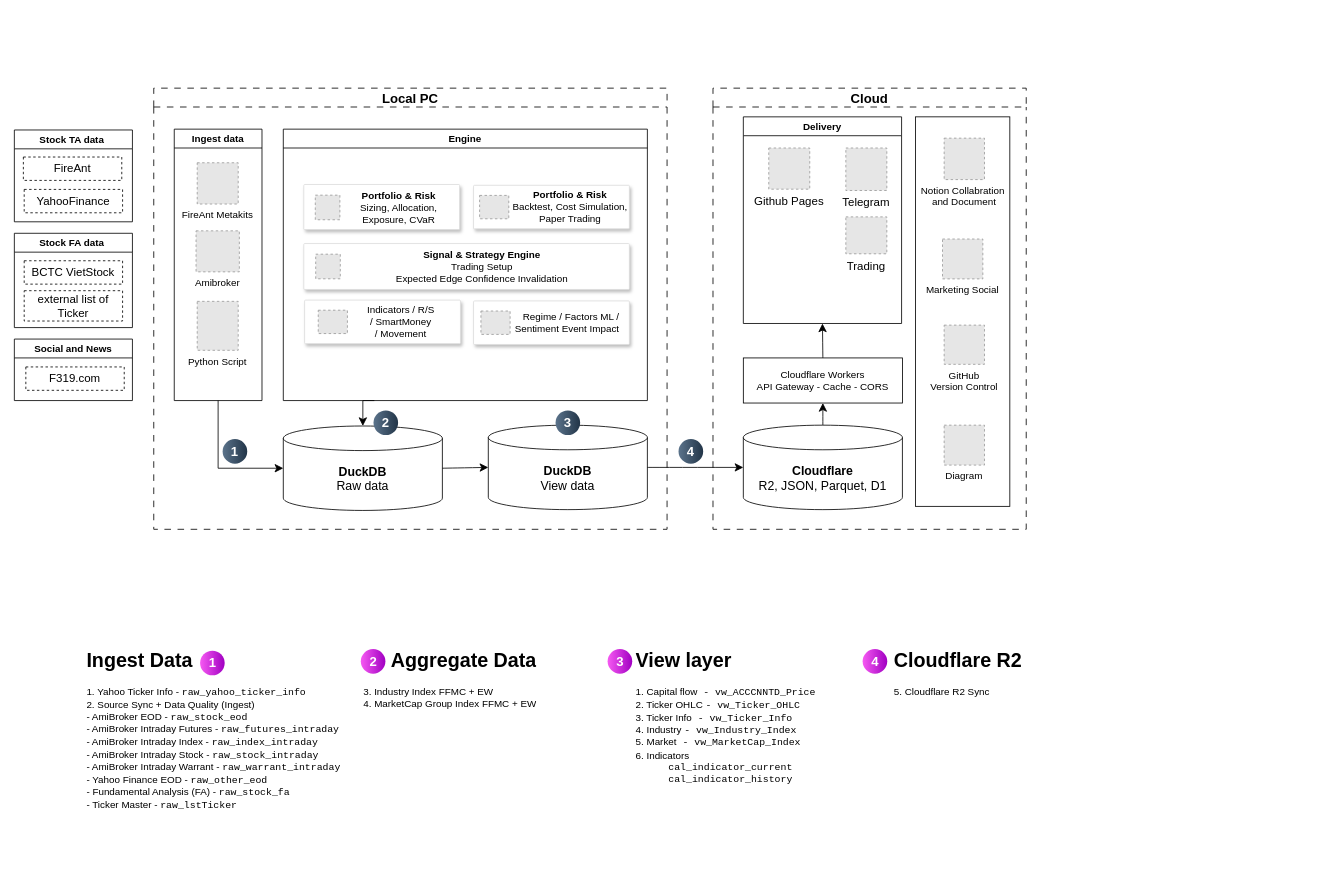
Earlier version of the draw.io diagram page "Logical Arch" (1 of 3) of docs/architecture/CherryMon Arch.drawio (haithanh8x/CherryStock). Source tidied: cells renumbered, new cells numbered last; positions are measured from the earlier drawing's top-left corner, leaving out a move shared by most shapes. Both pictures are drawn from the tidied source at 82%, with x=0, y=0 at pixel (14, 88). Pictures stored in the file or linked from it are replaced by grey dashed boxes.
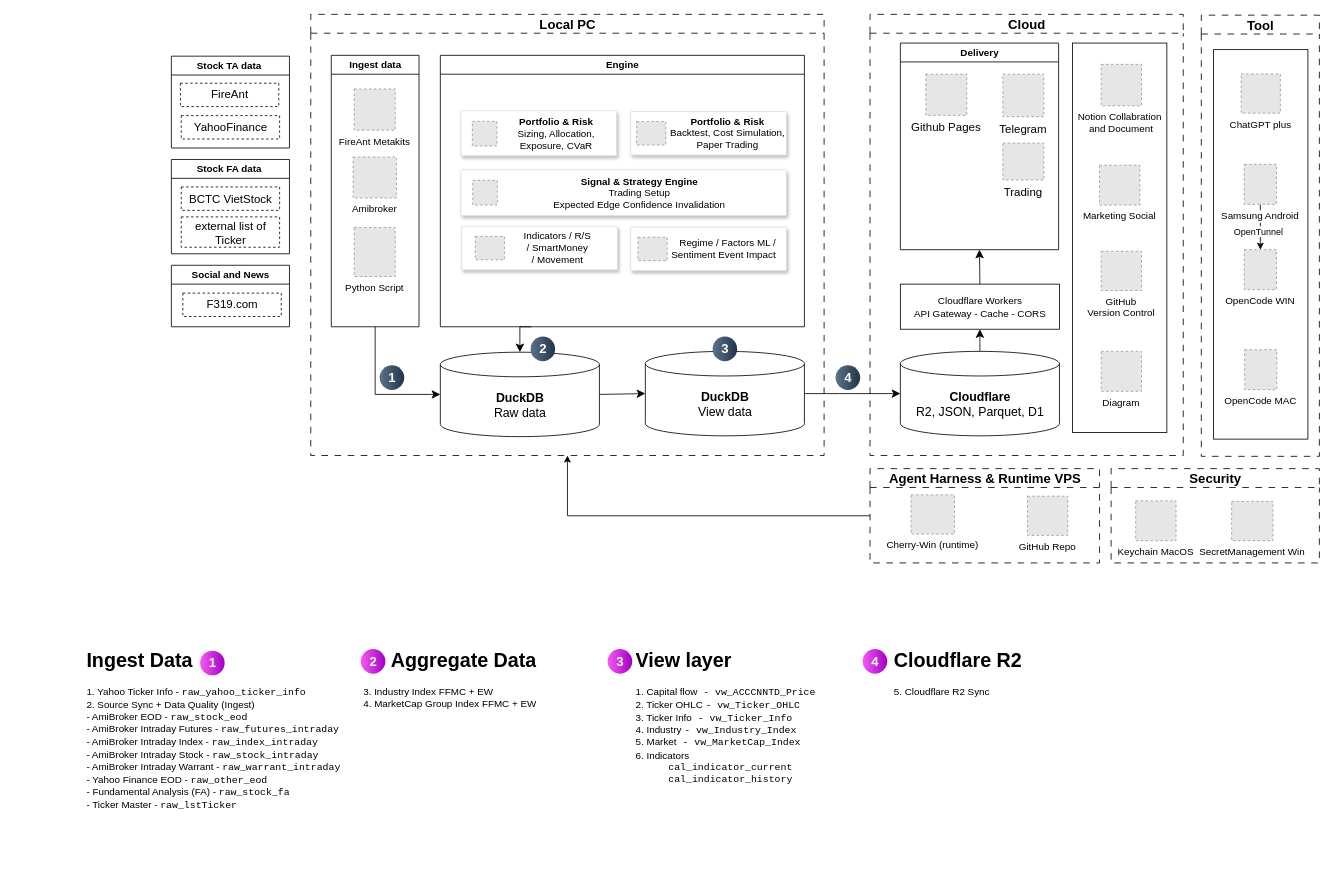
After the change.

What changed in the source:
```diff
@@
     <mxCell id="2" value="&lt;font style=&quot;font-size: 16px;&quot;&gt;Local PC&lt;/font&gt;" style="swimlane;whiteSpace=wrap;html=1;dashed=1;dashPattern=8 8;" parent="1" vertex="1">
-      <mxGeometry x="170" width="626" height="538" as="geometry" />
+      <mxGeometry x="361.5" y="-90" width="626" height="538" as="geometry" />
     </mxCell>
@@
     <mxCell id="33" value="Stock TA data&amp;nbsp;" style="swimlane;whiteSpace=wrap;html=1;strokeWidth=1;" parent="1" vertex="1">
-      <mxGeometry y="51" width="144" height="112" as="geometry" />
+      <mxGeometry x="191.5" y="-39" width="144" height="112" as="geometry" />
     </mxCell>
@@
     <mxCell id="36" value="Stock FA data&amp;nbsp;" style="swimlane;whiteSpace=wrap;html=1;strokeWidth=1;" parent="1" vertex="1">
-      <mxGeometry y="177" width="144" height="115" as="geometry" />
+      <mxGeometry x="191.5" y="87" width="144" height="115" as="geometry" />
     </mxCell>
@@
     <mxCell id="39" value="Social and News" style="swimlane;whiteSpace=wrap;html=1;strokeWidth=1;" parent="1" vertex="1">
-      <mxGeometry y="306" width="144" height="75" as="geometry" />
+      <mxGeometry x="191.5" y="216" width="144" height="75" as="geometry" />
     </mxCell>
@@
     <mxCell id="41" value="&lt;font style=&quot;font-size: 16px;&quot;&gt;Cloud&lt;/font&gt;" style="swimlane;whiteSpace=wrap;html=1;dashed=1;dashPattern=8 8;startSize=23;" parent="1" vertex="1">
-      <mxGeometry x="852" width="382" height="538" as="geometry" />
+      <mxGeometry x="1043.5" y="-90" width="382" height="538" as="geometry" />
     </mxCell>
@@
     <mxCell id="54" value="&lt;span style=&quot;font-size: 15px;&quot;&gt;&lt;b&gt;Cloudflare&lt;/b&gt;&lt;/span&gt;&lt;div&gt;&lt;span style=&quot;font-size: 15px;&quot;&gt;R2, JSON, Parquet, D1&lt;/span&gt;&lt;/div&gt;" style="shape=cylinder3;whiteSpace=wrap;html=1;boundedLbl=1;backgroundOutline=1;size=15;" parent="1" vertex="1">
-      <mxGeometry x="889" y="411" width="194" height="103" as="geometry" />
+      <mxGeometry x="1080.5" y="321" width="194" height="103" as="geometry" />
     </mxCell>
@@
     <mxCell id="62" value="4" style="ellipse;whiteSpace=wrap;html=1;rotation=0;gradientColor=#223548;strokeColor=none;gradientDirection=east;fillColor=#5b738b;rounded=0;fontFamily=Helvetica;fontSize=16;fontColor=#FFFFFF;spacingTop=4;spacingBottom=4;spacingLeft=4;spacingRight=4;fontStyle=1;" parent="1" vertex="1">
-      <mxGeometry x="810" y="428" width="30" height="30" as="geometry" />
+      <mxGeometry x="1001.5" y="338" width="30" height="30" as="geometry" />
     </mxCell>
@@
+    <mxCell id="65" value="&lt;font style=&quot;font-size: 16px;&quot;&gt;Tool&lt;/font&gt;" style="swimlane;whiteSpace=wrap;html=1;dashed=1;dashPattern=8 8;startSize=23;" parent="1" vertex="1">
+      <mxGeometry x="1447.5" y="-89" width="144" height="538" as="geometry" />
+    </mxCell>
+    <mxCell id="66" style="rounded=0;whiteSpace=wrap;html=1;" parent="65" vertex="1">
+      <mxGeometry x="15" y="42" width="115" height="475" as="geometry" />
+    </mxCell>
+    <mxCell id="67" value="OpenCode WIN" style="fillColor=#E6E6E6;strokeColor=#999999;dashed=1;verticalLabelPosition=bottom;labelBackgroundColor=default;verticalAlign=top;" parent="65" vertex="1">
+      <mxGeometry x="52.4" y="286" width="39.2" height="48.7" as="geometry" />
+    </mxCell>
+    <mxCell id="68" style="edgeStyle=orthogonalEdgeStyle;rounded=0;jettySize=auto;html=1;exitX=0.5;exitY=1;exitDx=0;exitDy=0;entryX=0.5;entryY=0;entryDx=0;entryDy=0;defaultLabelBackgroundColor=page;" parent="65" edge="1" source="70" target="67">
+      <mxGeometry relative="1" as="geometry" />
+    </mxCell>
+    <mxCell id="69" value="OpenTunnel" style="edgeLabel;html=1;align=center;verticalAlign=middle;inheritText=1;defaultLabelBackgroundColor=page;" parent="68" vertex="1">
+      <mxGeometry x="0.21" y="-3" relative="1" as="geometry" />
+    </mxCell>
+    <mxCell id="70" value="Samsung Android" style="fillColor=#E6E6E6;strokeColor=#999999;dashed=1;verticalLabelPosition=bottom;labelBackgroundColor=default;verticalAlign=top;" parent="65" vertex="1">
+      <mxGeometry x="52.4" y="182" width="39.2" height="48.7" as="geometry" />
+    </mxCell>
+    <mxCell id="71" value="ChatGPT plus" style="fillColor=#E6E6E6;strokeColor=#999999;dashed=1;verticalLabelPosition=bottom;labelBackgroundColor=default;verticalAlign=top;" parent="65" vertex="1">
+      <mxGeometry x="48.6" y="71.7" width="47.8" height="47.8" as="geometry" />
+    </mxCell>
+    <mxCell id="72" value="OpenCode MAC" style="fillColor=#E6E6E6;strokeColor=#999999;dashed=1;verticalLabelPosition=bottom;labelBackgroundColor=default;verticalAlign=top;" parent="65" vertex="1">
+      <mxGeometry x="52.9" y="408" width="39.2" height="48.7" as="geometry" />
+    </mxCell>
+    <mxCell id="73" style="edgeStyle=orthogonalEdgeStyle;rounded=0;jettySize=auto;html=1;exitX=0;exitY=0.5;exitDx=0;exitDy=0;entryX=0.5;entryY=1;entryDx=0;entryDy=0;defaultLabelBackgroundColor=page;" parent="1" edge="1" source="74" target="2">
+      <mxGeometry relative="1" as="geometry" />
+    </mxCell>
+    <mxCell id="74" value="&lt;font style=&quot;font-size: 16px;&quot;&gt;Agent Harness &amp;amp; Runtime VPS&lt;/font&gt;" style="swimlane;whiteSpace=wrap;html=1;dashed=1;dashPattern=8 8;startSize=23;" parent="1" vertex="1">
+      <mxGeometry x="1043.5" y="464" width="279.9" height="115" as="geometry" />
+    </mxCell>
+    <mxCell id="75" value="GitHub Repo" style="fillColor=#E6E6E6;strokeColor=#999999;dashed=1;verticalLabelPosition=bottom;labelBackgroundColor=default;verticalAlign=top;" parent="74" vertex="1">
+      <mxGeometry x="192" y="33.6" width="49.2" height="47.8" as="geometry" />
+    </mxCell>
+    <mxCell id="76" value="Cherry-Win (runtime)" style="fillColor=#E6E6E6;strokeColor=#999999;dashed=1;verticalLabelPosition=bottom;labelBackgroundColor=default;verticalAlign=top;" parent="74" vertex="1">
+      <mxGeometry x="50" y="32" width="53" height="47.8" as="geometry" />
+    </mxCell>
+    <mxCell id="77" value="&lt;font style=&quot;font-size: 16px;&quot;&gt;Security&lt;/font&gt;" style="swimlane;whiteSpace=wrap;html=1;dashed=1;dashPattern=8 8;startSize=23;" parent="1" vertex="1">
+      <mxGeometry x="1337.5" y="464" width="254" height="115" as="geometry" />
+    </mxCell>
+    <mxCell id="78" value="Keychain MacOS" style="fillColor=#E6E6E6;strokeColor=#999999;dashed=1;verticalLabelPosition=bottom;labelBackgroundColor=default;verticalAlign=top;" parent="77" vertex="1">
+      <mxGeometry x="30" y="39.3" width="49.2" height="48.6" as="geometry" />
+    </mxCell>
+    <mxCell id="79" value="SecretManagement Win" style="fillColor=#E6E6E6;strokeColor=#999999;dashed=1;verticalLabelPosition=bottom;labelBackgroundColor=default;verticalAlign=top;" parent="77" vertex="1">
+      <mxGeometry x="147" y="40" width="50.5" height="47.8" as="geometry" />
+    </mxCell>
```
